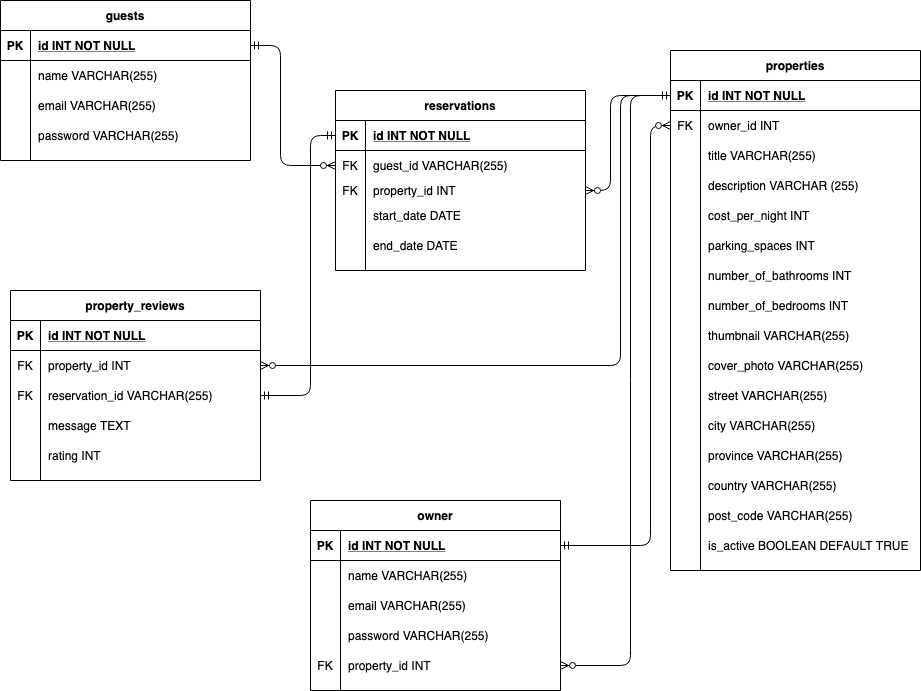
Above: Lighthouse BnB ERD.png in austinkret/Lighthouse-BnB (draw.io), before the change. Source tidied: cells renumbered, new cells last; positions are measured from the earlier drawing's top-left corner, leaving out a move shared by most shapes.
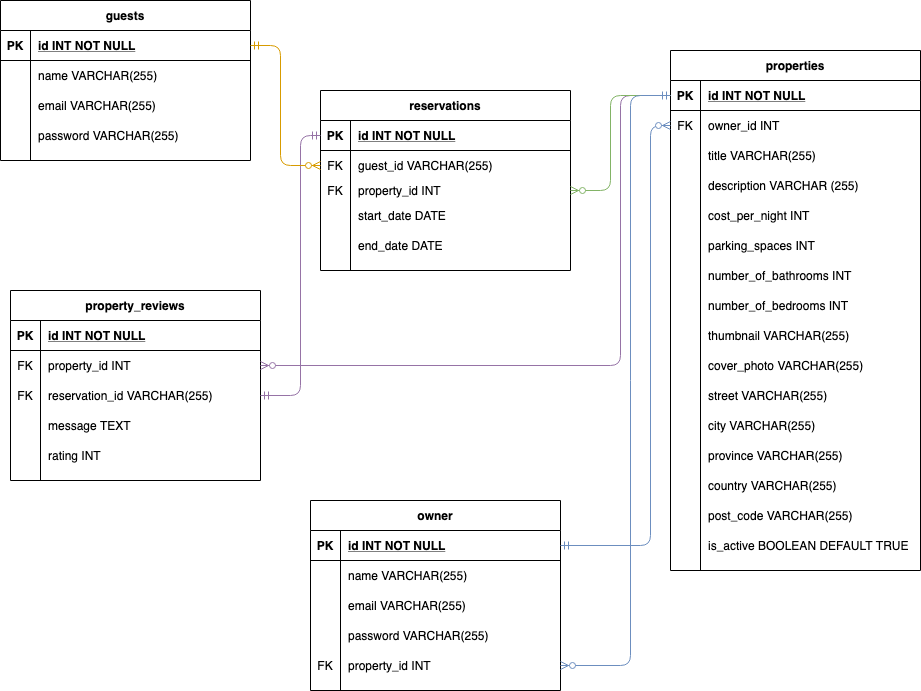
Later version of the same file.

Diff of the diagram source:
```diff
@@ -150,7 +150,7 @@
       <mxGeometry x="30" width="220" height="30" as="geometry" />
     </mxCell>
     <mxCell id="51" value="reservations" style="shape=table;startSize=30;rowLines=0;fontStyle=1;align=center;" parent="1" vertex="1">
-      <mxGeometry x="335" y="90" width="250" height="180" as="geometry" />
+      <mxGeometry x="320" y="90" width="250" height="180" as="geometry" />
     </mxCell>
     <mxCell id="52" style="shape=partialRectangle;fillColor=none;points=[[0,0.5],[1,0.5]];portConstraint=eastwest;top=0;left=0;right=0;bottom=1;" parent="51" vertex="1">
       <mxGeometry y="30" width="250" height="30" as="geometry" />
@@ -332,7 +332,7 @@
     <mxCell id="111" value="property_id INT" style="shape=partialRectangle;overflow=hidden;fillColor=none;top=0;left=0;bottom=0;right=0;align=left;spacingLeft=6;" parent="109" vertex="1">
       <mxGeometry x="30" width="220" height="30" as="geometry" />
     </mxCell>
-    <mxCell id="112" style="edgeStyle=orthogonalEdgeStyle;fontSize=12;html=1;endArrow=ERzeroToMany;exitX=1;exitY=0.5;exitDx=0;exitDy=0;entryX=0;entryY=0.5;entryDx=0;entryDy=0;endFill=1;startArrow=ERmandOne;startFill=0;" parent="1" edge="1" source="97" target="6">
+    <mxCell id="112" style="edgeStyle=orthogonalEdgeStyle;fontSize=12;html=1;endArrow=ERzeroToMany;exitX=1;exitY=0.5;exitDx=0;exitDy=0;entryX=0;entryY=0.5;entryDx=0;entryDy=0;endFill=1;startArrow=ERmandOne;startFill=0;fillColor=#dae8fc;strokeColor=#6c8ebf;" parent="1" edge="1" source="97" target="6">
       <mxGeometry relative="1" as="geometry">
         <Array as="points">
           <mxPoint x="650" y="545" />
@@ -340,7 +340,7 @@
         </Array>
       </mxGeometry>
     </mxCell>
-    <mxCell id="113" style="edgeStyle=orthogonalEdgeStyle;fontSize=12;html=1;endArrow=ERzeroToMany;exitX=0;exitY=0.5;exitDx=0;exitDy=0;entryX=1;entryY=0.5;entryDx=0;entryDy=0;endFill=1;" parent="1" edge="1" source="3" target="84">
+    <mxCell id="113" style="edgeStyle=orthogonalEdgeStyle;fontSize=12;html=1;endArrow=ERzeroToMany;exitX=0;exitY=0.5;exitDx=0;exitDy=0;entryX=1;entryY=0.5;entryDx=0;entryDy=0;endFill=1;fillColor=#e1d5e7;strokeColor=#9673a6;" parent="1" edge="1" source="3" target="84">
       <mxGeometry relative="1" as="geometry">
         <Array as="points">
           <mxPoint x="620" y="95" />
@@ -348,15 +348,15 @@
         </Array>
       </mxGeometry>
     </mxCell>
-    <mxCell id="114" style="edgeStyle=orthogonalEdgeStyle;fontSize=12;html=1;endArrow=ERmandOne;exitX=0;exitY=0.5;exitDx=0;exitDy=0;entryX=1;entryY=0.5;entryDx=0;entryDy=0;endFill=0;startArrow=ERmandOne;startFill=0;" parent="1" edge="1" source="52" target="87">
+    <mxCell id="114" style="edgeStyle=orthogonalEdgeStyle;fontSize=12;html=1;endArrow=ERmandOne;exitX=0;exitY=0.5;exitDx=0;exitDy=0;entryX=1;entryY=0.5;entryDx=0;entryDy=0;endFill=0;startArrow=ERmandOne;startFill=0;fillColor=#e1d5e7;strokeColor=#9673a6;" parent="1" edge="1" source="52" target="87">
       <mxGeometry relative="1" as="geometry">
         <Array as="points">
-          <mxPoint x="310" y="135" />
-          <mxPoint x="310" y="395" />
+          <mxPoint x="300" y="135" />
+          <mxPoint x="300" y="395" />
         </Array>
       </mxGeometry>
     </mxCell>
-    <mxCell id="115" style="edgeStyle=orthogonalEdgeStyle;fontSize=12;html=1;endArrow=ERzeroToMany;exitX=1;exitY=0.5;exitDx=0;exitDy=0;entryX=0;entryY=0.5;entryDx=0;entryDy=0;startArrow=ERmandOne;startFill=0;endFill=1;" parent="1" edge="1" source="68" target="55">
+    <mxCell id="115" style="edgeStyle=orthogonalEdgeStyle;fontSize=12;html=1;endArrow=ERzeroToMany;exitX=1;exitY=0.5;exitDx=0;exitDy=0;entryX=0;entryY=0.5;entryDx=0;entryDy=0;startArrow=ERmandOne;startFill=0;endFill=1;fillColor=#ffe6cc;strokeColor=#d79b00;" parent="1" edge="1" source="68" target="55">
       <mxGeometry relative="1" as="geometry">
         <Array as="points">
           <mxPoint x="280" y="45" />
@@ -364,7 +364,7 @@
         </Array>
       </mxGeometry>
     </mxCell>
-    <mxCell id="116" style="edgeStyle=orthogonalEdgeStyle;fontSize=12;html=1;endArrow=ERzeroToMany;exitX=0;exitY=0.5;exitDx=0;exitDy=0;entryX=1;entryY=0.5;entryDx=0;entryDy=0;endFill=1;" parent="1" edge="1" source="3" target="58">
+    <mxCell id="116" style="edgeStyle=orthogonalEdgeStyle;fontSize=12;html=1;endArrow=ERzeroToMany;exitX=0;exitY=0.5;exitDx=0;exitDy=0;entryX=1;entryY=0.5;entryDx=0;entryDy=0;endFill=1;fillColor=#d5e8d4;strokeColor=#82b366;" parent="1" edge="1" source="3" target="58">
       <mxGeometry relative="1" as="geometry">
         <Array as="points">
           <mxPoint x="610" y="95" />
@@ -372,7 +372,7 @@
         </Array>
       </mxGeometry>
     </mxCell>
-    <mxCell id="117" style="edgeStyle=orthogonalEdgeStyle;fontSize=12;html=1;endArrow=ERmandOne;exitX=1;exitY=0.5;exitDx=0;exitDy=0;entryX=0;entryY=0.5;entryDx=0;entryDy=0;endFill=0;startArrow=ERzeroToMany;startFill=1;" parent="1" edge="1" source="109" target="3">
+    <mxCell id="117" style="edgeStyle=orthogonalEdgeStyle;fontSize=12;html=1;endArrow=ERmandOne;exitX=1;exitY=0.5;exitDx=0;exitDy=0;entryX=0;entryY=0.5;entryDx=0;entryDy=0;endFill=0;startArrow=ERzeroToMany;startFill=1;fillColor=#dae8fc;strokeColor=#6c8ebf;" parent="1" edge="1" source="109" target="3">
       <mxGeometry relative="1" as="geometry">
         <Array as="points">
           <mxPoint x="630" y="665" />
```
